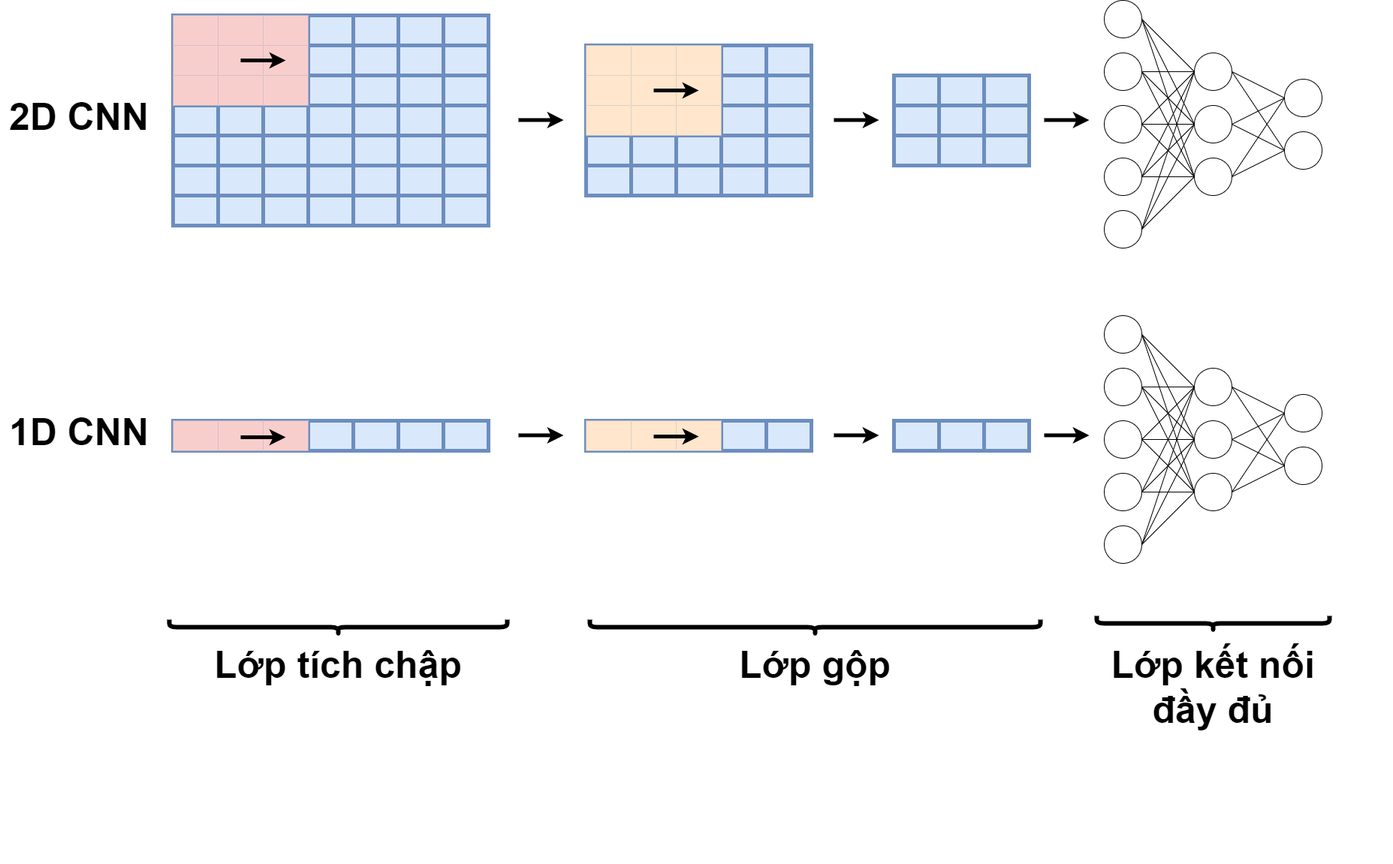
Above: diagram/CNN archit.png in Jargermeisterr/Embedded-CNN-on-ESP32-for-Human-Activities-Recognition-Using-MPU6050-Motion-Sensor (draw.io), before the change. Source tidied: cells renumbered, new cells last; positions are measured from the earlier drawing's top-left corner, leaving out a move shared by most shapes.
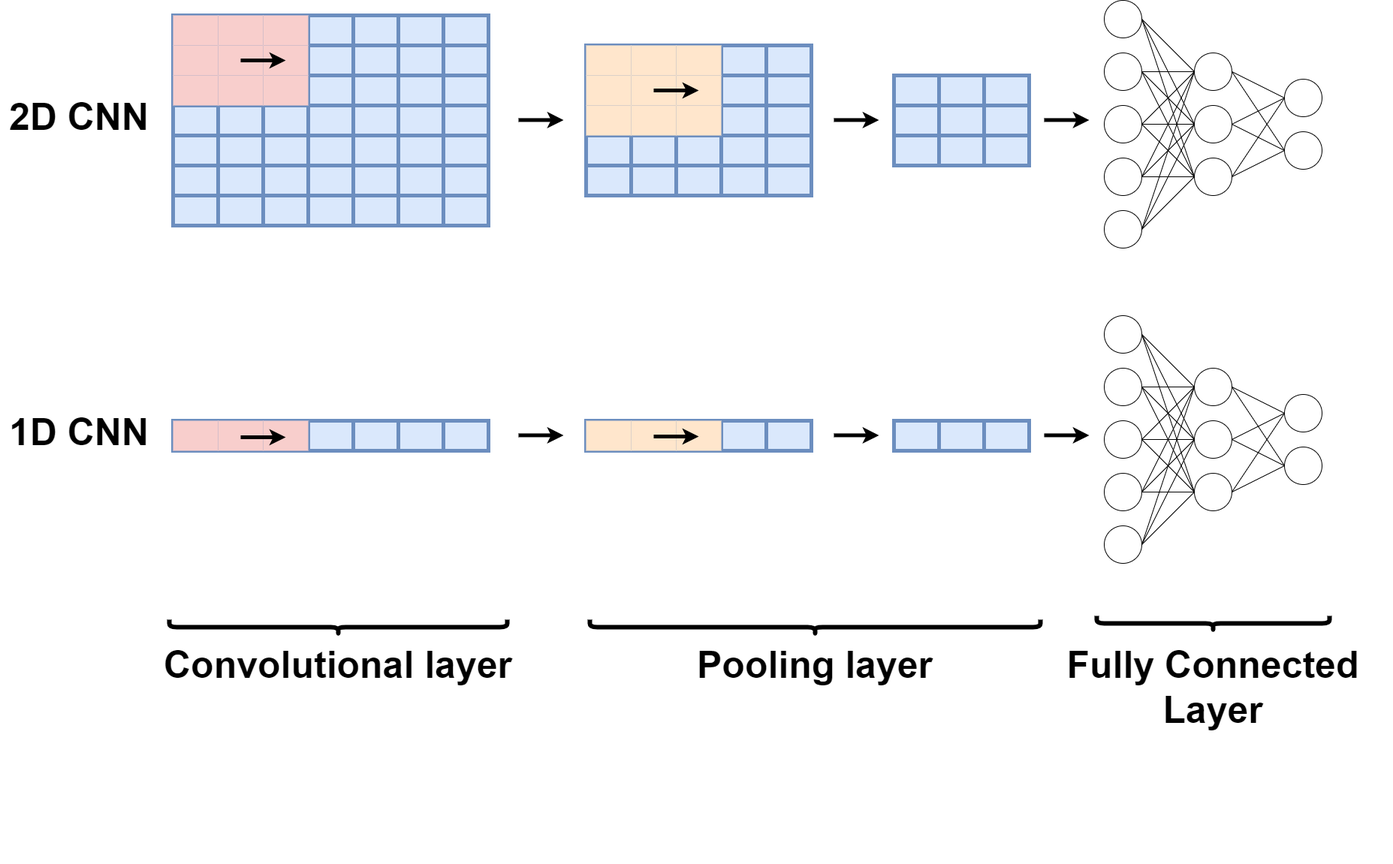
Above is the later version.

Change to the diagram source:
```diff
@@ -626,16 +626,16 @@
     <mxCell id="199" style="shape=curlyBracket;whiteSpace=wrap;html=1;rounded=1;labelPosition=left;verticalLabelPosition=middle;align=right;verticalAlign=middle;rotation=-90;strokeWidth=6;" parent="141" vertex="1">
       <mxGeometry x="210" y="190" width="20" height="450" as="geometry" />
     </mxCell>
-    <mxCell id="200" value="&lt;font style=&quot;font-size: 50px;&quot;&gt;&lt;b&gt;Lớp tích chập&lt;/b&gt;&lt;/font&gt;" style="text;html=1;align=center;verticalAlign=middle;whiteSpace=wrap;rounded=0;" parent="141" vertex="1">
+    <mxCell id="200" value="&lt;font style=&quot;font-size: 50px;&quot;&gt;&lt;b&gt;Convolutional layer&lt;/b&gt;&lt;/font&gt;" style="text;html=1;align=center;verticalAlign=middle;whiteSpace=wrap;rounded=0;" parent="141" vertex="1">
       <mxGeometry x="-20" y="430" width="480" height="70" as="geometry" />
     </mxCell>
     <mxCell id="201" style="shape=curlyBracket;whiteSpace=wrap;html=1;rounded=1;labelPosition=left;verticalLabelPosition=middle;align=right;verticalAlign=middle;rotation=-90;strokeWidth=6;" parent="141" vertex="1">
       <mxGeometry x="845" y="115" width="20" height="600" as="geometry" />
     </mxCell>
-    <mxCell id="202" value="&lt;font style=&quot;font-size: 50px;&quot;&gt;&lt;b&gt;Lớp gộp&lt;/b&gt;&lt;/font&gt;" style="text;html=1;align=center;verticalAlign=middle;whiteSpace=wrap;rounded=0;" parent="141" vertex="1">
+    <mxCell id="202" value="&lt;font style=&quot;font-size: 50px;&quot;&gt;&lt;b&gt;Pooling layer&lt;/b&gt;&lt;/font&gt;" style="text;html=1;align=center;verticalAlign=middle;whiteSpace=wrap;rounded=0;" parent="141" vertex="1">
       <mxGeometry x="615" y="430" width="480" height="70" as="geometry" />
     </mxCell>
-    <mxCell id="203" value="&lt;font style=&quot;font-size: 50px;&quot;&gt;&lt;b&gt;Lớp kết nối&lt;/b&gt;&lt;/font&gt;&lt;div&gt;&lt;font style=&quot;font-size: 50px;&quot;&gt;&lt;b&gt;đầy đủ&lt;/b&gt;&lt;/font&gt;&lt;/div&gt;" style="text;html=1;align=center;verticalAlign=middle;whiteSpace=wrap;rounded=0;" parent="141" vertex="1">
+    <mxCell id="203" value="&lt;span style=&quot;font-size: 50px;&quot;&gt;&lt;b&gt;Fully Connected Layer&lt;/b&gt;&lt;/span&gt;" style="text;html=1;align=center;verticalAlign=middle;whiteSpace=wrap;rounded=0;" parent="141" vertex="1">
       <mxGeometry x="1145" y="430" width="480" height="130" as="geometry" />
     </mxCell>
     <mxCell id="204" style="shape=curlyBracket;whiteSpace=wrap;html=1;rounded=1;labelPosition=left;verticalLabelPosition=middle;align=right;verticalAlign=middle;rotation=-90;strokeWidth=6;" parent="1" vertex="1">
```
